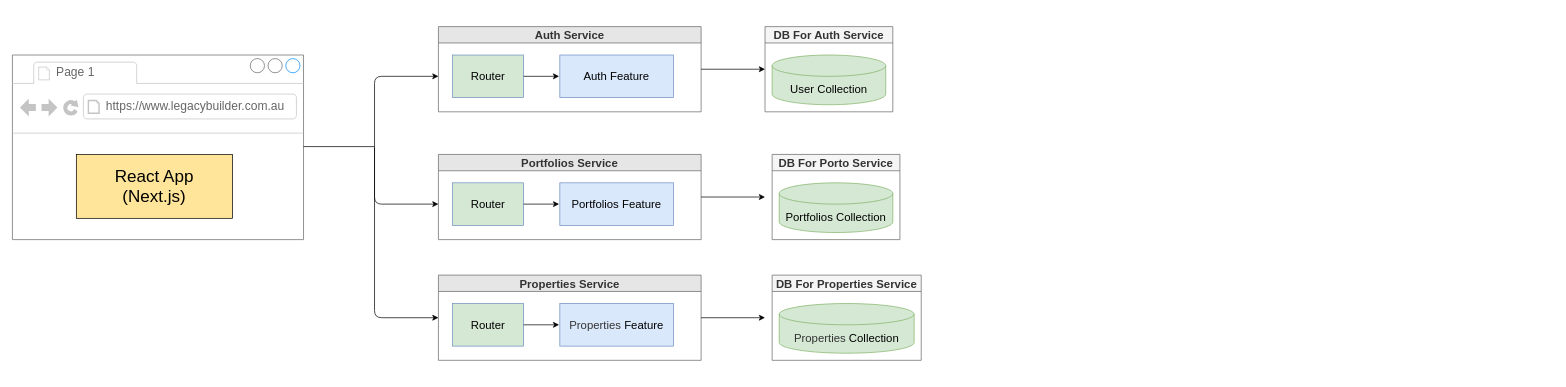
Liamxiexuc/506 keeps this draw.io diagram as Untitled Diagram.drawio. Above is the earlier version. Source tidied: cells renumbered, new cells numbered last; positions are measured from the earlier drawing's top-left corner, leaving out a move shared by most shapes. Both pictures are drawn from the tidied source at 71%, with x=0, y=0 at pixel (12, 26).
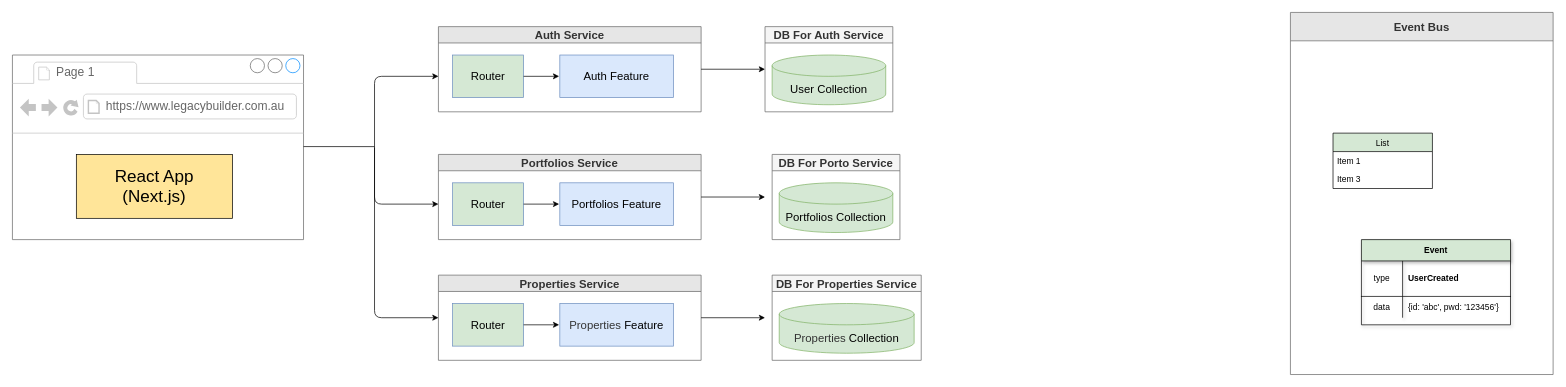
The same diagram, later.

Change to the diagram source:
```diff
@@
+    <mxCell id="31" value="Event Bus" style="swimlane;fontSize=16;fillColor=#E6E6E6;strokeColor=#666666;fontColor=#333333;startSize=40;" parent="1" vertex="1">
+      <mxGeometry x="1800" y="-20" width="370" height="510" as="geometry" />
+    </mxCell>
+    <mxCell id="32" value="List" style="swimlane;fontStyle=0;horizontal=1;startSize=26;fillColor=#D5E8D4;" parent="31" vertex="1">
+      <mxGeometry x="60" y="170" width="140" height="78" as="geometry" />
+    </mxCell>
+    <mxCell id="33" value="Item 1" style="text;strokeColor=none;fillColor=none;align=left;verticalAlign=top;spacingLeft=4;spacingRight=4;overflow=hidden;" parent="32" vertex="1">
+      <mxGeometry y="26" width="140" height="26" as="geometry" />
+    </mxCell>
+    <mxCell id="34" value="Item 3" style="text;strokeColor=none;fillColor=none;align=left;verticalAlign=top;spacingLeft=4;spacingRight=4;overflow=hidden;shadow=1;" parent="32" vertex="1">
+      <mxGeometry y="52" width="140" height="26" as="geometry" />
+    </mxCell>
+    <mxCell id="35" value="Event" style="shape=table;startSize=30;childLayout=tableLayout;rowLines=0;fontStyle=1;align=center;shadow=1;fillColor=#D5E8D4;" parent="31" vertex="1">
+      <mxGeometry x="100" y="320" width="210" height="120" as="geometry" />
+    </mxCell>
+    <mxCell id="36" style="shape=partialRectangle;html=1;whiteSpace=wrap;fillColor=none;top=0;left=0;bottom=1;right=0;" parent="35" vertex="1">
+      <mxGeometry y="30" width="210" height="50" as="geometry" />
+    </mxCell>
+    <mxCell id="37" value="type" style="shape=partialRectangle;html=1;whiteSpace=wrap;fillColor=none;top=0;left=0;bottom=0;right=0;overflow=hidden;" parent="36" vertex="1">
+      <mxGeometry width="58" height="50" as="geometry" />
+    </mxCell>
+    <mxCell id="38" value="&lt;b&gt;UserCreated&lt;/b&gt;" style="shape=partialRectangle;html=1;whiteSpace=wrap;fillColor=none;top=0;left=0;bottom=0;right=0;align=left;spacingLeft=6;overflow=hidden;" parent="36" vertex="1">
+      <mxGeometry x="58" width="152" height="50" as="geometry" />
+    </mxCell>
+    <mxCell id="39" style="shape=partialRectangle;html=1;whiteSpace=wrap;fillColor=none;top=0;left=0;bottom=0;right=0;" parent="35" vertex="1">
+      <mxGeometry y="80" width="210" height="30" as="geometry" />
+    </mxCell>
+    <mxCell id="40" value="data" style="shape=partialRectangle;html=1;whiteSpace=wrap;fillColor=none;top=0;left=0;bottom=0;right=0;overflow=hidden;" parent="39" vertex="1">
+      <mxGeometry width="58" height="30" as="geometry" />
+    </mxCell>
+    <mxCell id="41" value="{id: 'abc', pwd: '123456'}" style="shape=partialRectangle;html=1;whiteSpace=wrap;fillColor=none;top=0;left=0;bottom=0;right=0;align=left;spacingLeft=6;overflow=hidden;" parent="39" vertex="1">
+      <mxGeometry x="58" width="152" height="30" as="geometry" />
+    </mxCell>
```
